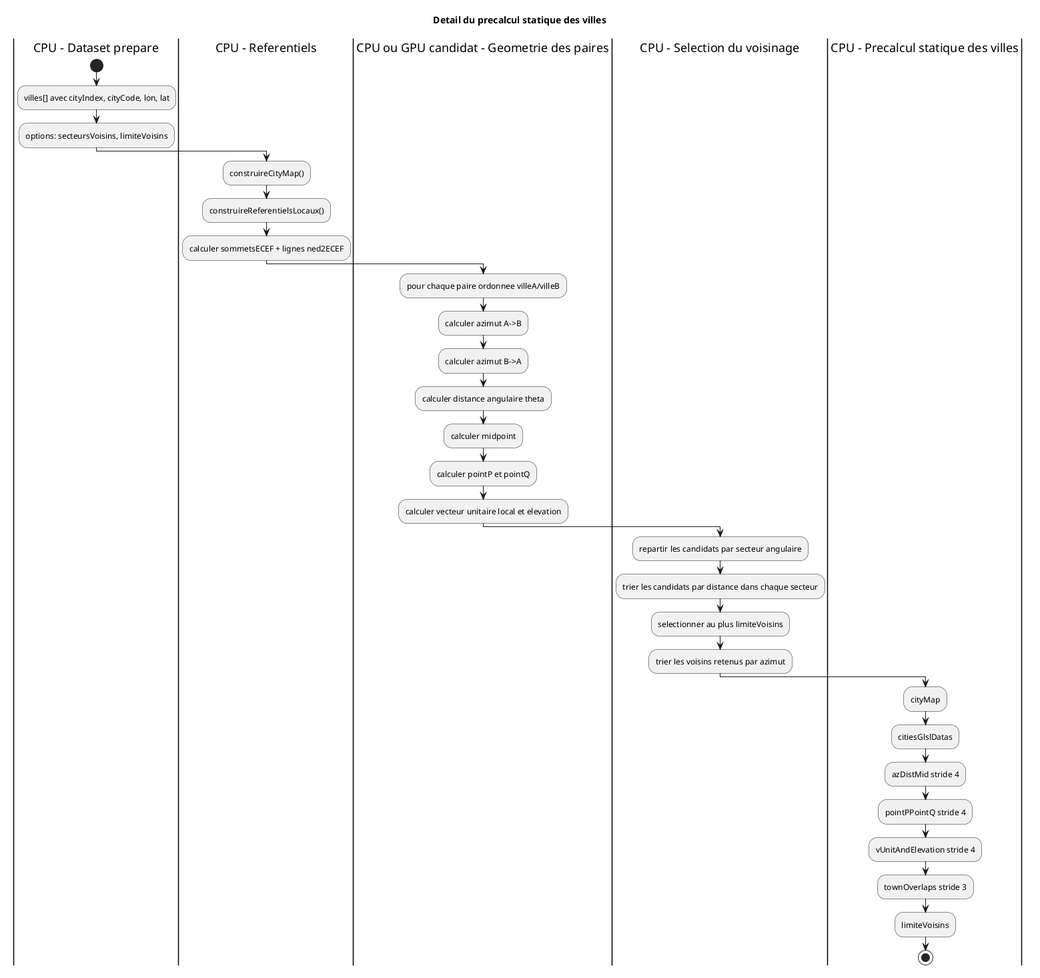
Above: docs/diagrams/precompute/03-static-town-precompute.png in kaktus40/shriveling_world (PlantUML), before the change.
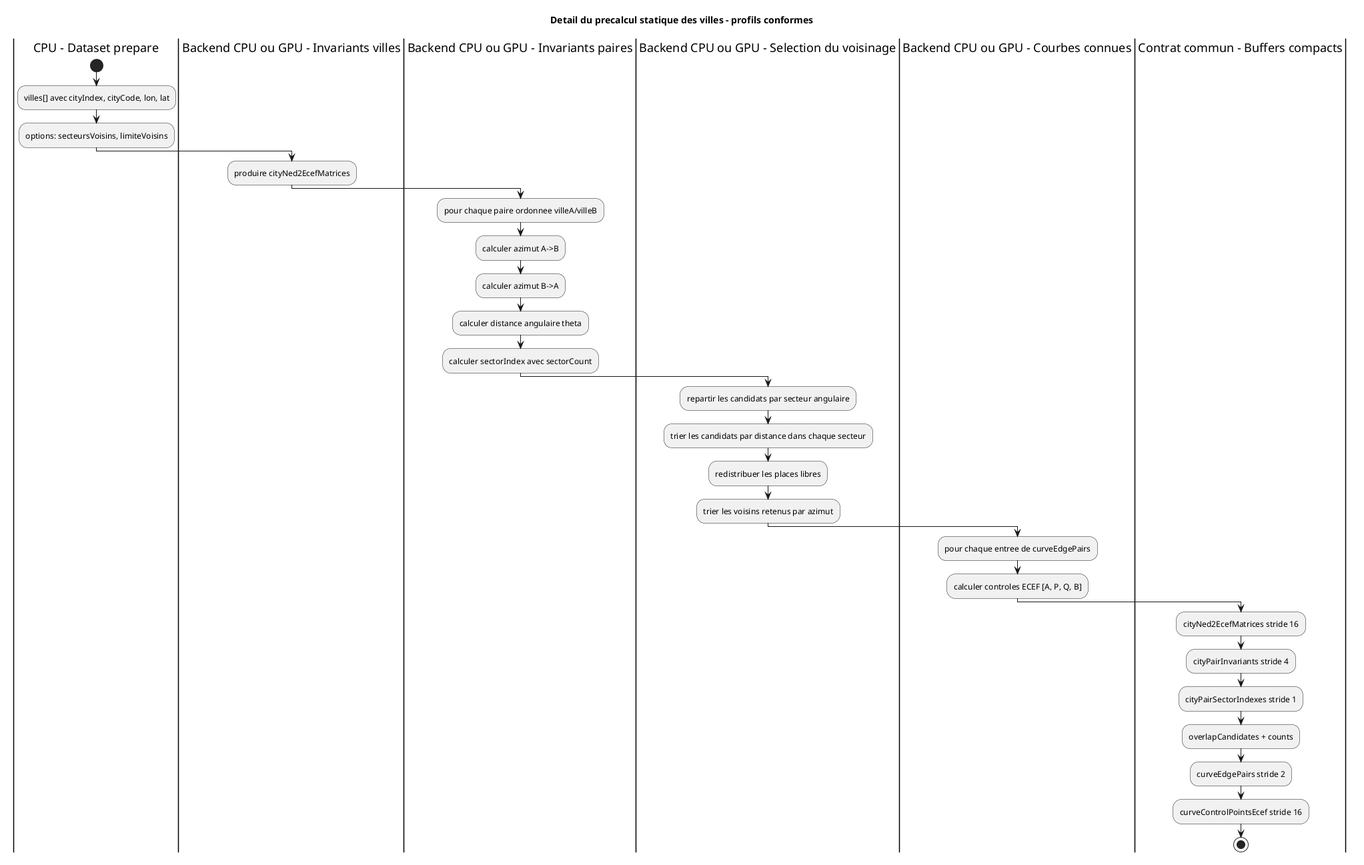
After the commit.

Commit message:
docs: define static town precompute architecture

Change to the diagram source:
```diff
@@ -1,38 +1,37 @@
 @startuml
-title Detail du precalcul statique des villes
+title Detail du precalcul statique des villes - profils conformes
 
 |CPU - Dataset prepare|
 start
 :villes[] avec cityIndex, cityCode, lon, lat;
 :options: secteursVoisins, limiteVoisins;
 
-|CPU - Referentiels|
-:construireCityMap();
-:construireReferentielsLocaux();
-:calculer sommetsECEF + lignes ned2ECEF;
+|Backend CPU ou GPU - Invariants villes|
+:produire cityNed2EcefMatrices;
 
-|CPU ou GPU candidat - Geometrie des paires|
+|Backend CPU ou GPU - Invariants paires|
 :pour chaque paire ordonnee villeA/villeB;
 :calculer azimut A->B;
 :calculer azimut B->A;
 :calculer distance angulaire theta;
-:calculer midpoint;
-:calculer pointP et pointQ;
-:calculer vecteur unitaire local et elevation;
+:calculer sectorIndex avec sectorCount;
 
-|CPU - Selection du voisinage|
+|Backend CPU ou GPU - Selection du voisinage|
 :repartir les candidats par secteur angulaire;
 :trier les candidats par distance dans chaque secteur;
-:selectionner au plus limiteVoisins;
+:redistribuer les places libres;
 :trier les voisins retenus par azimut;
 
-|CPU - Precalcul statique des villes|
-:cityMap;
-:citiesGlslDatas;
-:azDistMid stride 4;
-:pointPPointQ stride 4;
-:vUnitAndElevation stride 4;
-:townOverlaps stride 3;
-:limiteVoisins;
+|Backend CPU ou GPU - Courbes connues|
+:pour chaque entree de curveEdgePairs;
+:calculer controles ECEF [A, P, Q, B];
+
+|Contrat commun - Buffers compacts|
+:cityNed2EcefMatrices stride 16;
+:cityPairInvariants stride 4;
+:cityPairSectorIndexes stride 1;
+:overlapCandidates + counts;
+:curveEdgePairs stride 2;
+:curveControlPointsEcef stride 16;
 stop
 @enduml
```
